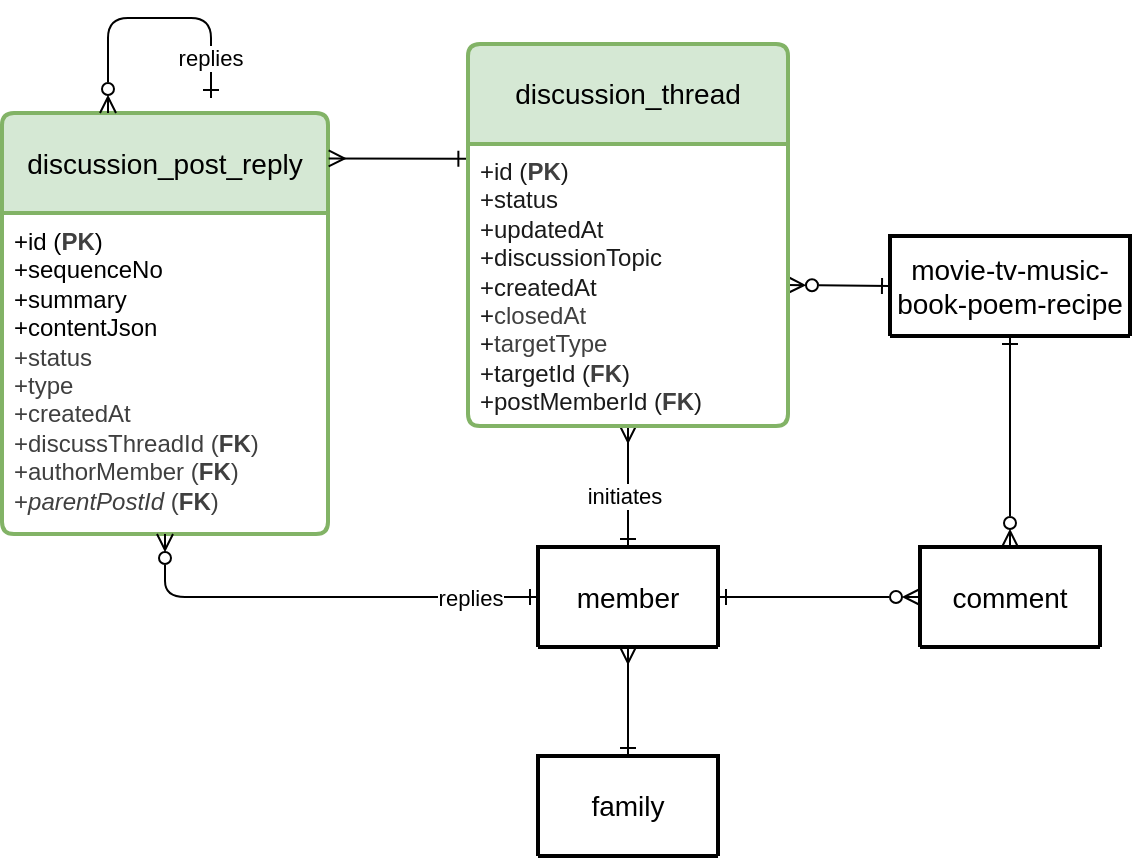
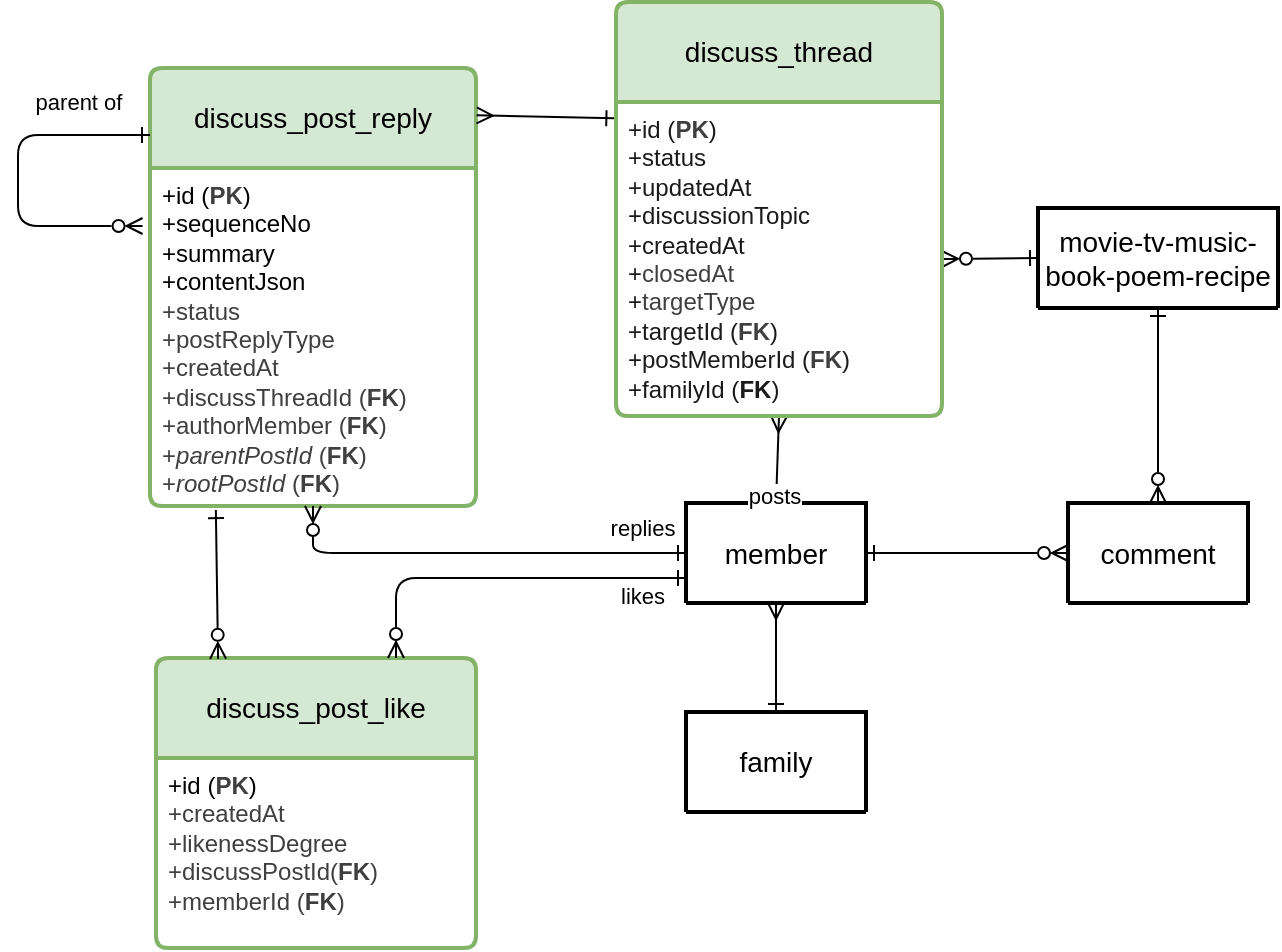
<mxfile host="65bd71144e">
    <diagram id="zlZx4MG1GNYZyxMVr3-A" name="Page-1">
-         <mxGraphModel dx="666" dy="1459" grid="1" gridSize="10" guides="1" tooltips="1" connect="1" arrows="1" fold="1" page="1" pageScale="1" pageWidth="1100" pageHeight="850" math="0" shadow="0">
+         <mxGraphModel dx="670" dy="1459" grid="1" gridSize="6" guides="1" tooltips="1" connect="1" arrows="1" fold="1" page="1" pageScale="1" pageWidth="1100" pageHeight="850" math="0" shadow="0">
            <root>
                <mxCell id="0"/>
                <mxCell id="1" parent="0"/>
                <mxCell id="2" value="member" style="swimlane;childLayout=stackLayout;horizontal=1;startSize=50;horizontalStack=0;rounded=1;fontSize=14;fontStyle=0;strokeWidth=2;resizeParent=0;resizeLast=1;shadow=0;dashed=0;align=center;arcSize=4;whiteSpace=wrap;html=1;" parent="1" vertex="1" collapsed="1">
-                     <mxGeometry x="315" y="234.5" width="90" height="50" as="geometry">
+                     <mxGeometry x="364" y="217.5" width="90" height="50" as="geometry">
                        <mxRectangle x="70" y="100" width="160" height="120" as="alternateBounds"/>
                    </mxGeometry>
                </mxCell>
                <mxCell id="3" value="+id&lt;br&gt;+name&lt;br&gt;+status" style="align=left;strokeColor=none;fillColor=none;spacingLeft=4;fontSize=12;verticalAlign=top;resizable=0;rotatable=0;part=1;html=1;" parent="2" vertex="1">
                    <mxGeometry y="50" width="160" height="70" as="geometry"/>
                </mxCell>
                <mxCell id="6" value="movie-tv-music-book-poem-recipe" style="swimlane;childLayout=stackLayout;horizontal=1;startSize=50;horizontalStack=0;rounded=1;fontSize=14;fontStyle=0;strokeWidth=2;resizeParent=0;resizeLast=1;shadow=0;dashed=0;align=center;arcSize=4;whiteSpace=wrap;html=1;" parent="1" vertex="1" collapsed="1">
-                     <mxGeometry x="491" y="79" width="120" height="50" as="geometry">
+                     <mxGeometry x="540" y="70" width="120" height="50" as="geometry">
                        <mxRectangle x="490" y="90" width="160" height="120" as="alternateBounds"/>
                    </mxGeometry>
                </mxCell>
                <mxCell id="7" value="+id&lt;br&gt;+name&lt;br&gt;+status" style="align=left;strokeColor=none;fillColor=none;spacingLeft=4;fontSize=12;verticalAlign=top;resizable=0;rotatable=0;part=1;html=1;" parent="6" vertex="1">
                    <mxGeometry y="50" width="160" height="70" as="geometry"/>
                </mxCell>
                <mxCell id="8" value="comment" style="swimlane;childLayout=stackLayout;horizontal=1;startSize=50;horizontalStack=0;rounded=1;fontSize=14;fontStyle=0;strokeWidth=2;resizeParent=0;resizeLast=1;shadow=0;dashed=0;align=center;arcSize=4;whiteSpace=wrap;html=1;" parent="1" vertex="1" collapsed="1">
-                     <mxGeometry x="506" y="234.5" width="90" height="50" as="geometry">
+                     <mxGeometry x="555" y="217.5" width="90" height="50" as="geometry">
                        <mxRectangle x="70" y="100" width="160" height="120" as="alternateBounds"/>
                    </mxGeometry>
                </mxCell>
                <mxCell id="9" value="+id&lt;br&gt;+name&lt;br&gt;+status" style="align=left;strokeColor=none;fillColor=none;spacingLeft=4;fontSize=12;verticalAlign=top;resizable=0;rotatable=0;part=1;html=1;" parent="8" vertex="1">
                    <mxGeometry y="50" width="160" height="70" as="geometry"/>
                </mxCell>
-                 <mxCell id="11" value="" style="fontSize=12;html=1;endArrow=ERzeroToMany;startArrow=ERone;startFill=0;endFill=0;entryX=0;entryY=0.5;entryDx=0;entryDy=0;exitX=1;exitY=0.5;exitDx=0;exitDy=0;" parent="1" target="8" edge="1" source="2">
+                 <mxCell id="11" value="" style="fontSize=12;html=1;endArrow=ERzeroToMany;startArrow=ERone;startFill=0;endFill=0;entryX=0;entryY=0.5;entryDx=0;entryDy=0;exitX=1;exitY=0.5;exitDx=0;exitDy=0;" parent="1" source="2" target="8" edge="1">
                    <mxGeometry width="100" height="100" relative="1" as="geometry">
-                         <mxPoint x="450" y="309" as="sourcePoint"/>
-                         <mxPoint x="510" y="309" as="targetPoint"/>
+                         <mxPoint x="499" y="292" as="sourcePoint"/>
+                         <mxPoint x="559" y="292" as="targetPoint"/>
                    </mxGeometry>
                </mxCell>
                <mxCell id="12" value="" style="fontSize=12;html=1;endArrow=ERzeroToMany;startArrow=ERone;startFill=0;endFill=0;exitX=0.5;exitY=1;exitDx=0;exitDy=0;entryX=0.5;entryY=0;entryDx=0;entryDy=0;" parent="1" source="6" target="8" edge="1">
                    <mxGeometry width="100" height="100" relative="1" as="geometry">
-                         <mxPoint x="543.5" y="105" as="sourcePoint"/>
-                         <mxPoint x="543.5" y="165" as="targetPoint"/>
+                         <mxPoint x="592.5" y="105" as="sourcePoint"/>
+                         <mxPoint x="592.5" y="165" as="targetPoint"/>
                    </mxGeometry>
                </mxCell>
                <mxCell id="13" value="" style="fontSize=12;html=1;endArrow=ERmany;startArrow=ERone;startFill=0;endFill=0;entryX=0.5;entryY=1;entryDx=0;entryDy=0;exitX=0.5;exitY=0;exitDx=0;exitDy=0;" parent="1" source="2" target="24" edge="1">
                    <mxGeometry width="100" height="100" relative="1" as="geometry">
-                         <mxPoint x="394.5" y="165" as="sourcePoint"/>
-                         <mxPoint x="360" y="125" as="targetPoint"/>
+                         <mxPoint x="443.5" y="165" as="sourcePoint"/>
+                         <mxPoint x="409" y="125" as="targetPoint"/>
                    </mxGeometry>
                </mxCell>
-                 <mxCell id="34" value="initiates" style="edgeLabel;html=1;align=center;verticalAlign=middle;resizable=0;points=[];" vertex="1" connectable="0" parent="13">
+                 <mxCell id="34" value="posts" style="edgeLabel;html=1;align=center;verticalAlign=middle;resizable=0;points=[];rotation=0;" parent="13" vertex="1" connectable="0">
                    <mxGeometry x="-0.1488" y="2" relative="1" as="geometry">
-                         <mxPoint as="offset"/>
+                         <mxPoint y="15" as="offset"/>
                    </mxGeometry>
                </mxCell>
                <mxCell id="14" value="" style="fontSize=12;html=1;endArrow=ERzeroToMany;startArrow=ERone;startFill=0;endFill=0;entryX=1;entryY=0.5;entryDx=0;entryDy=0;exitX=0;exitY=0.5;exitDx=0;exitDy=0;" parent="1" source="6" target="24" edge="1">
                    <mxGeometry width="100" height="100" relative="1" as="geometry">
-                         <mxPoint x="520" y="69.5" as="sourcePoint"/>
-                         <mxPoint x="442.72" y="61.04600000000005" as="targetPoint"/>
+                         <mxPoint x="569" y="69.5" as="sourcePoint"/>
+                         <mxPoint x="491.72" y="61.04600000000005" as="targetPoint"/>
                    </mxGeometry>
                </mxCell>
-                 <mxCell id="17" value="discussion_post_reply" style="swimlane;childLayout=stackLayout;horizontal=1;startSize=50;horizontalStack=0;rounded=1;fontSize=14;fontStyle=0;strokeWidth=2;resizeParent=0;resizeLast=1;shadow=0;dashed=0;align=center;arcSize=4;whiteSpace=wrap;html=1;fillColor=#d5e8d4;strokeColor=#82b366;" parent="1" vertex="1">
-                     <mxGeometry x="47" y="17.5" width="163" height="210.5" as="geometry">
+                 <mxCell id="17" value="discuss_post_reply" style="swimlane;childLayout=stackLayout;horizontal=1;startSize=50;horizontalStack=0;rounded=1;fontSize=14;fontStyle=0;strokeWidth=2;resizeParent=0;resizeLast=1;shadow=0;dashed=0;align=center;arcSize=4;whiteSpace=wrap;html=1;fillColor=#d5e8d4;strokeColor=#82b366;" parent="1" vertex="1">
+                     <mxGeometry x="96" width="163" height="219" as="geometry">
                        <mxRectangle x="41" y="100" width="90" height="50" as="alternateBounds"/>
                    </mxGeometry>
                </mxCell>
-                 <mxCell id="18" value="&lt;span style=&quot;color: rgb(0, 0, 0);&quot;&gt;+id (&lt;/span&gt;&lt;b style=&quot;color: rgb(63, 63, 63); scrollbar-color: rgb(226, 226, 226) rgb(251, 251, 251);&quot;&gt;PK&lt;/b&gt;&lt;span style=&quot;color: rgb(0, 0, 0);&quot;&gt;)&lt;/span&gt;&lt;br style=&quot;color: rgb(63, 63, 63); scrollbar-color: rgb(226, 226, 226) rgb(251, 251, 251);&quot;&gt;&lt;span style=&quot;color: rgb(0, 0, 0);&quot;&gt;+sequenceNo&lt;/span&gt;&lt;div&gt;&lt;font color=&quot;#000000&quot;&gt;+summary&lt;br style=&quot;scrollbar-color: rgb(226, 226, 226) rgb(251, 251, 251); color: rgb(63, 63, 63);&quot;&gt;&lt;/font&gt;&lt;span style=&quot;color: rgb(0, 0, 0);&quot;&gt;+contentJson&lt;/span&gt;&lt;div style=&quot;color: rgb(63, 63, 63); scrollbar-color: rgb(226, 226, 226) rgb(251, 251, 251);&quot;&gt;+status&lt;/div&gt;&lt;div style=&quot;color: rgb(63, 63, 63); scrollbar-color: rgb(226, 226, 226) rgb(251, 251, 251);&quot;&gt;+type&lt;/div&gt;&lt;div style=&quot;color: rgb(63, 63, 63); scrollbar-color: rgb(226, 226, 226) rgb(251, 251, 251);&quot;&gt;+createdAt&lt;/div&gt;&lt;div style=&quot;color: rgb(63, 63, 63); scrollbar-color: rgb(226, 226, 226) rgb(251, 251, 251);&quot;&gt;+discussThreadId (&lt;b style=&quot;color: rgb(63, 63, 63); scrollbar-color: rgb(226, 226, 226) rgb(251, 251, 251);&quot;&gt;FK&lt;/b&gt;)&lt;/div&gt;&lt;div style=&quot;color: rgb(63, 63, 63); scrollbar-color: rgb(226, 226, 226) rgb(251, 251, 251);&quot;&gt;+authorMember (&lt;b style=&quot;color: rgb(63, 63, 63); scrollbar-color: rgb(226, 226, 226) rgb(251, 251, 251);&quot;&gt;FK&lt;/b&gt;)&lt;/div&gt;&lt;div style=&quot;color: rgb(63, 63, 63); scrollbar-color: rgb(226, 226, 226) rgb(251, 251, 251);&quot;&gt;+&lt;i style=&quot;color: rgb(63, 63, 63); scrollbar-color: rgb(226, 226, 226) rgb(251, 251, 251);&quot;&gt;parentPostId&amp;nbsp;&lt;/i&gt;(&lt;b style=&quot;color: rgb(63, 63, 63); scrollbar-color: rgb(226, 226, 226) rgb(251, 251, 251);&quot;&gt;FK&lt;/b&gt;)&lt;/div&gt;&lt;/div&gt;" style="align=left;strokeColor=none;fillColor=none;spacingLeft=4;fontSize=12;verticalAlign=top;resizable=0;rotatable=0;part=1;html=1;" parent="17" vertex="1">
-                     <mxGeometry y="50" width="163" height="160.5" as="geometry"/>
+                 <mxCell id="18" value="&lt;span style=&quot;color: rgb(0, 0, 0);&quot;&gt;+id (&lt;/span&gt;&lt;b style=&quot;color: rgb(63, 63, 63); scrollbar-color: rgb(226, 226, 226) rgb(251, 251, 251);&quot;&gt;PK&lt;/b&gt;&lt;span style=&quot;color: rgb(0, 0, 0);&quot;&gt;)&lt;/span&gt;&lt;br style=&quot;color: rgb(63, 63, 63); scrollbar-color: rgb(226, 226, 226) rgb(251, 251, 251);&quot;&gt;&lt;span style=&quot;color: rgb(0, 0, 0);&quot;&gt;+sequenceNo&lt;/span&gt;&lt;div&gt;&lt;font color=&quot;#000000&quot;&gt;+summary&lt;br style=&quot;scrollbar-color: rgb(226, 226, 226) rgb(251, 251, 251); color: rgb(63, 63, 63);&quot;&gt;&lt;/font&gt;&lt;span style=&quot;color: rgb(0, 0, 0);&quot;&gt;+contentJson&lt;/span&gt;&lt;div style=&quot;color: rgb(63, 63, 63); scrollbar-color: rgb(226, 226, 226) rgb(251, 251, 251);&quot;&gt;+status&lt;/div&gt;&lt;div style=&quot;color: rgb(63, 63, 63); scrollbar-color: rgb(226, 226, 226) rgb(251, 251, 251);&quot;&gt;+postReplyType&lt;/div&gt;&lt;div style=&quot;color: rgb(63, 63, 63); scrollbar-color: rgb(226, 226, 226) rgb(251, 251, 251);&quot;&gt;+createdAt&lt;/div&gt;&lt;div style=&quot;color: rgb(63, 63, 63); scrollbar-color: rgb(226, 226, 226) rgb(251, 251, 251);&quot;&gt;+discussThreadId (&lt;b style=&quot;color: rgb(63, 63, 63); scrollbar-color: rgb(226, 226, 226) rgb(251, 251, 251);&quot;&gt;FK&lt;/b&gt;)&lt;/div&gt;&lt;div style=&quot;color: rgb(63, 63, 63); scrollbar-color: rgb(226, 226, 226) rgb(251, 251, 251);&quot;&gt;+authorMember (&lt;b style=&quot;color: rgb(63, 63, 63); scrollbar-color: rgb(226, 226, 226) rgb(251, 251, 251);&quot;&gt;FK&lt;/b&gt;)&lt;/div&gt;&lt;div style=&quot;color: rgb(63, 63, 63); scrollbar-color: rgb(226, 226, 226) rgb(251, 251, 251);&quot;&gt;+&lt;i style=&quot;color: rgb(63, 63, 63); scrollbar-color: rgb(226, 226, 226) rgb(251, 251, 251);&quot;&gt;parentPostId&amp;nbsp;&lt;/i&gt;(&lt;b style=&quot;color: rgb(63, 63, 63); scrollbar-color: rgb(226, 226, 226) rgb(251, 251, 251);&quot;&gt;FK&lt;/b&gt;)&lt;/div&gt;&lt;/div&gt;&lt;div style=&quot;color: rgb(63, 63, 63); scrollbar-color: rgb(226, 226, 226) rgb(251, 251, 251);&quot;&gt;+&lt;i&gt;rootPostId &lt;/i&gt;(&lt;b&gt;FK&lt;/b&gt;)&lt;/div&gt;" style="align=left;strokeColor=none;fillColor=none;spacingLeft=4;fontSize=12;verticalAlign=top;resizable=0;rotatable=0;part=1;html=1;" parent="17" vertex="1">
+                     <mxGeometry y="50" width="163" height="169" as="geometry"/>
                </mxCell>
                <mxCell id="19" value="" style="fontSize=12;html=1;endArrow=ERmany;startArrow=ERone;startFill=0;endFill=0;entryX=1.002;entryY=0.108;entryDx=0;entryDy=0;entryPerimeter=0;exitX=-0.005;exitY=0.052;exitDx=0;exitDy=0;exitPerimeter=0;" parent="1" source="24" target="17" edge="1">
                    <mxGeometry width="100" height="100" relative="1" as="geometry">
-                         <mxPoint x="300" y="20" as="sourcePoint"/>
-                         <mxPoint x="230" y="160" as="targetPoint"/>
+                         <mxPoint x="349" y="20" as="sourcePoint"/>
+                         <mxPoint x="279" y="160" as="targetPoint"/>
                    </mxGeometry>
                </mxCell>
                <mxCell id="20" value="" style="fontSize=12;html=1;endArrow=ERzeroToMany;startArrow=ERone;startFill=0;endFill=0;entryX=0.431;entryY=1.015;entryDx=0;entryDy=0;exitX=0;exitY=0.5;exitDx=0;exitDy=0;entryPerimeter=0;edgeStyle=orthogonalEdgeStyle;strokeColor=none;" parent="1" source="2" target="17" edge="1">
                    <mxGeometry width="100" height="100" relative="1" as="geometry">
-                         <mxPoint x="122" y="250" as="sourcePoint"/>
-                         <mxPoint x="122" y="180" as="targetPoint"/>
+                         <mxPoint x="171" y="250" as="sourcePoint"/>
+                         <mxPoint x="171" y="180" as="targetPoint"/>
                    </mxGeometry>
                </mxCell>
                <mxCell id="21" value="" style="fontSize=12;html=1;endArrow=ERzeroToMany;startArrow=ERone;startFill=0;endFill=0;entryX=0.5;entryY=1;entryDx=0;entryDy=0;exitX=0;exitY=0.5;exitDx=0;exitDy=0;edgeStyle=orthogonalEdgeStyle;" parent="1" source="2" target="18" edge="1">
                    <mxGeometry width="100" height="100" relative="1" as="geometry">
-                         <mxPoint x="121" y="260" as="sourcePoint"/>
-                         <mxPoint x="121" y="190" as="targetPoint"/>
+                         <mxPoint x="170" y="260" as="sourcePoint"/>
+                         <mxPoint x="170" y="190" as="targetPoint"/>
                    </mxGeometry>
                </mxCell>
-                 <mxCell id="31" value="replies" style="edgeLabel;html=1;align=center;verticalAlign=middle;resizable=0;points=[];" vertex="1" connectable="0" parent="21">
+                 <mxCell id="31" value="replies" style="edgeLabel;html=1;align=center;verticalAlign=middle;resizable=0;points=[];" parent="21" vertex="1" connectable="0">
                    <mxGeometry x="0.1249" y="-1" relative="1" as="geometry">
-                         <mxPoint x="88" y="1" as="offset"/>
+                         <mxPoint x="96" y="-12" as="offset"/>
                    </mxGeometry>
                </mxCell>
-                 <mxCell id="23" value="discussion_thread" style="swimlane;childLayout=stackLayout;horizontal=1;startSize=50;horizontalStack=0;rounded=1;fontSize=14;fontStyle=0;strokeWidth=2;resizeParent=0;resizeLast=1;shadow=0;dashed=0;align=center;arcSize=4;whiteSpace=wrap;html=1;fillColor=#d5e8d4;strokeColor=#82b366;" vertex="1" parent="1">
-                     <mxGeometry x="280" y="-17" width="160" height="191" as="geometry"/>
+                 <mxCell id="23" value="discuss_thread" style="swimlane;childLayout=stackLayout;horizontal=1;startSize=50;horizontalStack=0;rounded=1;fontSize=14;fontStyle=0;strokeWidth=2;resizeParent=0;resizeLast=1;shadow=0;dashed=0;align=center;arcSize=4;whiteSpace=wrap;html=1;fillColor=#d5e8d4;strokeColor=#82b366;" parent="1" vertex="1">
+                     <mxGeometry x="329" y="-33" width="163" height="207" as="geometry"/>
                </mxCell>
-                 <mxCell id="24" value="&lt;font style=&quot;scrollbar-color: rgb(226, 226, 226) rgb(251, 251, 251); color: rgb(26, 26, 26);&quot;&gt;+id (&lt;b style=&quot;color: rgb(63, 63, 63); scrollbar-color: rgb(226, 226, 226) rgb(251, 251, 251);&quot;&gt;PK&lt;/b&gt;)&lt;br style=&quot;color: rgb(63, 63, 63); scrollbar-color: rgb(226, 226, 226) rgb(251, 251, 251);&quot;&gt;&lt;/font&gt;&lt;div&gt;&lt;font style=&quot;scrollbar-color: rgb(226, 226, 226) rgb(251, 251, 251); color: rgb(26, 26, 26);&quot;&gt;+status&lt;/font&gt;&lt;div style=&quot;color: rgb(63, 63, 63); scrollbar-color: rgb(226, 226, 226) rgb(251, 251, 251);&quot;&gt;&lt;font style=&quot;scrollbar-color: rgb(226, 226, 226) rgb(251, 251, 251); color: rgb(26, 26, 26);&quot;&gt;+updatedAt&lt;/font&gt;&lt;/div&gt;&lt;div style=&quot;color: rgb(63, 63, 63); scrollbar-color: rgb(226, 226, 226) rgb(251, 251, 251);&quot;&gt;&lt;font style=&quot;background-color: transparent; scrollbar-color: rgb(226, 226, 226) rgb(251, 251, 251); color: rgb(26, 26, 26);&quot;&gt;+&lt;/font&gt;&lt;font style=&quot;background-color: transparent; scrollbar-color: rgb(226, 226, 226) rgb(251, 251, 251); color: rgb(26, 26, 26);&quot;&gt;discussionTopic&lt;/font&gt;&lt;/div&gt;&lt;div style=&quot;color: rgb(63, 63, 63); scrollbar-color: rgb(226, 226, 226) rgb(251, 251, 251);&quot;&gt;&lt;font style=&quot;scrollbar-color: rgb(226, 226, 226) rgb(251, 251, 251); color: rgb(26, 26, 26);&quot;&gt;+createdAt&lt;/font&gt;&lt;/div&gt;&lt;div style=&quot;color: rgb(63, 63, 63); scrollbar-color: rgb(226, 226, 226) rgb(251, 251, 251);&quot;&gt;&lt;font style=&quot;scrollbar-color: rgb(226, 226, 226) rgb(251, 251, 251); color: rgb(26, 26, 26);&quot;&gt;+&lt;span style=&quot;color: rgb(63, 63, 63); scrollbar-color: rgb(226, 226, 226) rgb(251, 251, 251);&quot;&gt;closedAt&lt;/span&gt;&lt;/font&gt;&lt;/div&gt;&lt;div style=&quot;scrollbar-color: rgb(226, 226, 226) rgb(251, 251, 251); color: rgb(63, 63, 63);&quot;&gt;&lt;font style=&quot;scrollbar-color: rgb(226, 226, 226) rgb(251, 251, 251); color: rgb(26, 26, 26);&quot;&gt;+&lt;span style=&quot;scrollbar-color: rgb(226, 226, 226) rgb(251, 251, 251); color: rgb(63, 63, 63);&quot;&gt;targetType&lt;/span&gt;&lt;/font&gt;&lt;/div&gt;&lt;div style=&quot;color: rgb(63, 63, 63); scrollbar-color: rgb(226, 226, 226) rgb(251, 251, 251);&quot;&gt;&lt;font style=&quot;scrollbar-color: rgb(226, 226, 226) rgb(251, 251, 251); color: rgb(26, 26, 26);&quot;&gt;+targetId (&lt;b style=&quot;color: rgb(63, 63, 63); scrollbar-color: rgb(226, 226, 226) rgb(251, 251, 251);&quot;&gt;FK&lt;/b&gt;)&lt;/font&gt;&lt;/div&gt;&lt;div style=&quot;color: rgb(63, 63, 63); scrollbar-color: rgb(226, 226, 226) rgb(251, 251, 251);&quot;&gt;&lt;font style=&quot;scrollbar-color: rgb(226, 226, 226) rgb(251, 251, 251); color: rgb(26, 26, 26);&quot;&gt;+postMemberId (&lt;b style=&quot;color: rgb(63, 63, 63); scrollbar-color: rgb(226, 226, 226) rgb(251, 251, 251);&quot;&gt;FK&lt;/b&gt;)&lt;/font&gt;&lt;/div&gt;&lt;/div&gt;" style="align=left;strokeColor=none;fillColor=none;spacingLeft=4;fontSize=12;verticalAlign=top;resizable=0;rotatable=0;part=1;html=1;" vertex="1" parent="23">
-                     <mxGeometry y="50" width="160" height="141" as="geometry"/>
+                 <mxCell id="24" value="&lt;font style=&quot;scrollbar-color: rgb(226, 226, 226) rgb(251, 251, 251); color: rgb(26, 26, 26);&quot;&gt;+id (&lt;b style=&quot;color: rgb(63, 63, 63); scrollbar-color: rgb(226, 226, 226) rgb(251, 251, 251);&quot;&gt;PK&lt;/b&gt;)&lt;br style=&quot;color: rgb(63, 63, 63); scrollbar-color: rgb(226, 226, 226) rgb(251, 251, 251);&quot;&gt;&lt;/font&gt;&lt;div&gt;&lt;font style=&quot;scrollbar-color: rgb(226, 226, 226) rgb(251, 251, 251); color: rgb(26, 26, 26);&quot;&gt;+status&lt;/font&gt;&lt;div style=&quot;color: rgb(63, 63, 63); scrollbar-color: rgb(226, 226, 226) rgb(251, 251, 251);&quot;&gt;&lt;font style=&quot;scrollbar-color: rgb(226, 226, 226) rgb(251, 251, 251); color: rgb(26, 26, 26);&quot;&gt;+updatedAt&lt;/font&gt;&lt;/div&gt;&lt;div style=&quot;color: rgb(63, 63, 63); scrollbar-color: rgb(226, 226, 226) rgb(251, 251, 251);&quot;&gt;&lt;font style=&quot;background-color: transparent; scrollbar-color: rgb(226, 226, 226) rgb(251, 251, 251); color: rgb(26, 26, 26);&quot;&gt;+&lt;/font&gt;&lt;font style=&quot;background-color: transparent; scrollbar-color: rgb(226, 226, 226) rgb(251, 251, 251); color: rgb(26, 26, 26);&quot;&gt;discussionTopic&lt;/font&gt;&lt;/div&gt;&lt;div style=&quot;color: rgb(63, 63, 63); scrollbar-color: rgb(226, 226, 226) rgb(251, 251, 251);&quot;&gt;&lt;font style=&quot;scrollbar-color: rgb(226, 226, 226) rgb(251, 251, 251); color: rgb(26, 26, 26);&quot;&gt;+createdAt&lt;/font&gt;&lt;/div&gt;&lt;div style=&quot;color: rgb(63, 63, 63); scrollbar-color: rgb(226, 226, 226) rgb(251, 251, 251);&quot;&gt;&lt;font style=&quot;scrollbar-color: rgb(226, 226, 226) rgb(251, 251, 251); color: rgb(26, 26, 26);&quot;&gt;+&lt;span style=&quot;color: rgb(63, 63, 63); scrollbar-color: rgb(226, 226, 226) rgb(251, 251, 251);&quot;&gt;closedAt&lt;/span&gt;&lt;/font&gt;&lt;/div&gt;&lt;div style=&quot;scrollbar-color: rgb(226, 226, 226) rgb(251, 251, 251); color: rgb(63, 63, 63);&quot;&gt;&lt;font style=&quot;scrollbar-color: rgb(226, 226, 226) rgb(251, 251, 251); color: rgb(26, 26, 26);&quot;&gt;+&lt;span style=&quot;scrollbar-color: rgb(226, 226, 226) rgb(251, 251, 251); color: rgb(63, 63, 63);&quot;&gt;targetType&lt;/span&gt;&lt;/font&gt;&lt;/div&gt;&lt;div style=&quot;color: rgb(63, 63, 63); scrollbar-color: rgb(226, 226, 226) rgb(251, 251, 251);&quot;&gt;&lt;font style=&quot;scrollbar-color: rgb(226, 226, 226) rgb(251, 251, 251); color: rgb(26, 26, 26);&quot;&gt;+targetId (&lt;b style=&quot;color: rgb(63, 63, 63); scrollbar-color: rgb(226, 226, 226) rgb(251, 251, 251);&quot;&gt;FK&lt;/b&gt;)&lt;/font&gt;&lt;/div&gt;&lt;div style=&quot;color: rgb(63, 63, 63); scrollbar-color: rgb(226, 226, 226) rgb(251, 251, 251);&quot;&gt;&lt;font style=&quot;scrollbar-color: rgb(226, 226, 226) rgb(251, 251, 251); color: rgb(26, 26, 26);&quot;&gt;+postMemberId (&lt;b style=&quot;color: rgb(63, 63, 63); scrollbar-color: rgb(226, 226, 226) rgb(251, 251, 251);&quot;&gt;FK&lt;/b&gt;)&lt;/font&gt;&lt;/div&gt;&lt;/div&gt;&lt;div style=&quot;color: rgb(63, 63, 63); scrollbar-color: rgb(226, 226, 226) rgb(251, 251, 251);&quot;&gt;&lt;font style=&quot;scrollbar-color: rgb(226, 226, 226) rgb(251, 251, 251); color: rgb(26, 26, 26);&quot;&gt;+familyId (&lt;b&gt;FK&lt;/b&gt;)&lt;/font&gt;&lt;/div&gt;" style="align=left;strokeColor=none;fillColor=none;spacingLeft=4;fontSize=12;verticalAlign=top;resizable=0;rotatable=0;part=1;html=1;" parent="23" vertex="1">
+                     <mxGeometry y="50" width="163" height="157" as="geometry"/>
                </mxCell>
-                 <mxCell id="27" value="family" style="swimlane;childLayout=stackLayout;horizontal=1;startSize=50;horizontalStack=0;rounded=1;fontSize=14;fontStyle=0;strokeWidth=2;resizeParent=0;resizeLast=1;shadow=0;dashed=0;align=center;arcSize=4;whiteSpace=wrap;html=1;" vertex="1" collapsed="1" parent="1">
-                     <mxGeometry x="315" y="339" width="90" height="50" as="geometry">
+                 <mxCell id="27" value="family" style="swimlane;childLayout=stackLayout;horizontal=1;startSize=50;horizontalStack=0;rounded=1;fontSize=14;fontStyle=0;strokeWidth=2;resizeParent=0;resizeLast=1;shadow=0;dashed=0;align=center;arcSize=4;whiteSpace=wrap;html=1;" parent="1" vertex="1" collapsed="1">
+                     <mxGeometry x="364" y="322" width="90" height="50" as="geometry">
                        <mxRectangle x="70" y="100" width="160" height="120" as="alternateBounds"/>
                    </mxGeometry>
                </mxCell>
-                 <mxCell id="28" value="+id&lt;br&gt;+name&lt;br&gt;+status" style="align=left;strokeColor=none;fillColor=none;spacingLeft=4;fontSize=12;verticalAlign=top;resizable=0;rotatable=0;part=1;html=1;" vertex="1" parent="27">
+                 <mxCell id="28" value="+id&lt;br&gt;+name&lt;br&gt;+status" style="align=left;strokeColor=none;fillColor=none;spacingLeft=4;fontSize=12;verticalAlign=top;resizable=0;rotatable=0;part=1;html=1;" parent="27" vertex="1">
                    <mxGeometry y="50" width="160" height="70" as="geometry"/>
                </mxCell>
-                 <mxCell id="29" value="" style="fontSize=12;html=1;endArrow=ERmany;startArrow=ERone;startFill=0;endFill=0;entryX=0.5;entryY=1;entryDx=0;entryDy=0;exitX=0.5;exitY=0;exitDx=0;exitDy=0;" edge="1" parent="1" source="27" target="2">
+                 <mxCell id="29" value="" style="fontSize=12;html=1;endArrow=ERmany;startArrow=ERone;startFill=0;endFill=0;entryX=0.5;entryY=1;entryDx=0;entryDy=0;exitX=0.5;exitY=0;exitDx=0;exitDy=0;" parent="1" source="27" target="2" edge="1">
                    <mxGeometry width="100" height="100" relative="1" as="geometry">
-                         <mxPoint x="359.5" y="339.5" as="sourcePoint"/>
-                         <mxPoint x="359.5" y="284.5" as="targetPoint"/>
+                         <mxPoint x="408.5" y="322.5" as="sourcePoint"/>
+                         <mxPoint x="408.5" y="267.5" as="targetPoint"/>
                    </mxGeometry>
                </mxCell>
-                 <mxCell id="35" value="" style="fontSize=12;html=1;endArrow=ERzeroToMany;startArrow=ERone;startFill=0;endFill=0;entryX=0.5;entryY=0;entryDx=0;entryDy=0;edgeStyle=elbowEdgeStyle;elbow=vertical;" edge="1" parent="1">
+                 <mxCell id="37" value="discuss_post_like" style="swimlane;childLayout=stackLayout;horizontal=1;startSize=50;horizontalStack=0;rounded=1;fontSize=14;fontStyle=0;strokeWidth=2;resizeParent=0;resizeLast=1;shadow=0;dashed=0;align=center;arcSize=4;whiteSpace=wrap;html=1;fillColor=#d5e8d4;strokeColor=#82b366;swimlaneFillColor=default;" vertex="1" parent="1">
+                     <mxGeometry x="99" y="295" width="160" height="145" as="geometry"/>
+                 </mxCell>
+                 <mxCell id="38" value="+id&amp;nbsp;&lt;span style=&quot;scrollbar-color: rgb(226, 226, 226) rgb(251, 251, 251); color: rgb(0, 0, 0);&quot;&gt;(&lt;/span&gt;&lt;b style=&quot;scrollbar-color: rgb(226, 226, 226) rgb(251, 251, 251); color: rgb(63, 63, 63);&quot;&gt;PK&lt;/b&gt;&lt;span style=&quot;scrollbar-color: rgb(226, 226, 226) rgb(251, 251, 251); color: rgb(0, 0, 0);&quot;&gt;)&lt;/span&gt;&lt;div style=&quot;scrollbar-color: rgb(226, 226, 226) rgb(251, 251, 251); color: rgb(63, 63, 63);&quot;&gt;&lt;font style=&quot;scrollbar-color: rgb(226, 226, 226) rgb(251, 251, 251); color: rgb(63, 63, 63);&quot;&gt;+createdAt&lt;/font&gt;&lt;/div&gt;&lt;div style=&quot;scrollbar-color: rgb(226, 226, 226) rgb(251, 251, 251); color: rgb(63, 63, 63);&quot;&gt;&lt;font style=&quot;scrollbar-color: rgb(226, 226, 226) rgb(251, 251, 251); color: rgb(63, 63, 63);&quot;&gt;+likenessDegree&lt;br style=&quot;scrollbar-color: rgb(226, 226, 226) rgb(251, 251, 251); color: rgb(63, 63, 63);&quot;&gt;&lt;/font&gt;+discussPostId(&lt;b style=&quot;scrollbar-color: rgb(226, 226, 226) rgb(251, 251, 251); color: rgb(63, 63, 63);&quot;&gt;FK&lt;/b&gt;)&lt;br style=&quot;scrollbar-color: rgb(226, 226, 226) rgb(251, 251, 251); color: rgb(63, 63, 63);&quot;&gt;+memberId (&lt;b style=&quot;scrollbar-color: rgb(226, 226, 226) rgb(251, 251, 251); color: rgb(63, 63, 63);&quot;&gt;FK&lt;/b&gt;)&lt;div style=&quot;scrollbar-color: rgb(226, 226, 226) rgb(251, 251, 251); color: rgb(63, 63, 63);&quot;&gt;&lt;br style=&quot;scrollbar-color: rgb(226, 226, 226) rgb(251, 251, 251); color: rgb(63, 63, 63);&quot;&gt;&lt;/div&gt;&lt;/div&gt;" style="align=left;strokeColor=none;fillColor=none;spacingLeft=4;fontSize=12;verticalAlign=top;resizable=0;rotatable=0;part=1;html=1;" vertex="1" parent="37">
+                     <mxGeometry y="50" width="160" height="95" as="geometry"/>
+                 </mxCell>
+                 <mxCell id="39" value="" style="fontSize=12;html=1;endArrow=ERzeroToMany;startArrow=ERone;startFill=0;endFill=0;exitX=0.202;exitY=1.012;exitDx=0;exitDy=0;exitPerimeter=0;entryX=0.194;entryY=0.003;entryDx=0;entryDy=0;entryPerimeter=0;" edge="1" parent="1" source="18" target="37">
                    <mxGeometry width="100" height="100" relative="1" as="geometry">
-                         <mxPoint x="151.5" y="10" as="sourcePoint"/>
-                         <mxPoint x="100" y="17.5" as="targetPoint"/>
+                         <mxPoint x="129" y="240" as="sourcePoint"/>
+                         <mxPoint x="151" y="306" as="targetPoint"/>
+                     </mxGeometry>
+                 </mxCell>
+                 <mxCell id="40" value="likes" style="edgeLabel;html=1;align=center;verticalAlign=middle;resizable=0;points=[];" vertex="1" connectable="0" parent="39">
+                     <mxGeometry x="0.1249" y="-1" relative="1" as="geometry">
+                         <mxPoint x="213" y="1" as="offset"/>
+                     </mxGeometry>
+                 </mxCell>
+                 <mxCell id="41" value="" style="fontSize=12;html=1;endArrow=ERzeroToMany;startArrow=ERone;startFill=0;endFill=0;entryX=0.75;entryY=0;entryDx=0;entryDy=0;exitX=0;exitY=0.75;exitDx=0;exitDy=0;elbow=vertical;edgeStyle=orthogonalEdgeStyle;" edge="1" parent="1" source="2" target="37">
+                     <mxGeometry width="100" height="100" relative="1" as="geometry">
+                         <mxPoint x="373" y="312" as="sourcePoint"/>
+                         <mxPoint x="271" y="363.5" as="targetPoint"/>
+                     </mxGeometry>
+                 </mxCell>
+                 <mxCell id="35" value="" style="fontSize=12;html=1;endArrow=ERzeroToMany;startArrow=ERone;startFill=0;endFill=0;edgeStyle=elbowEdgeStyle;exitX=0;exitY=0.153;exitDx=0;exitDy=0;exitPerimeter=0;entryX=0.014;entryY=0.124;entryDx=0;entryDy=0;entryPerimeter=0;" parent="1" edge="1" source="17">
+                     <mxGeometry width="100" height="100" relative="1" as="geometry">
+                         <mxPoint x="89.18499999999995" y="34.758000000000074" as="sourcePoint"/>
+                         <mxPoint x="92.28200000000004" y="78.9959999999999" as="targetPoint"/>
                        <Array as="points">
-                             <mxPoint x="121.5" y="-30"/>
+                             <mxPoint x="30" y="62.04"/>
                        </Array>
                    </mxGeometry>
                </mxCell>
-                 <mxCell id="36" value="replies" style="edgeLabel;html=1;align=center;verticalAlign=middle;resizable=0;points=[];rotation=0;" vertex="1" connectable="0" parent="35">
+                 <mxCell id="36" value="parent of" style="edgeLabel;html=1;align=center;verticalAlign=middle;resizable=0;points=[];rotation=0;" parent="35" vertex="1" connectable="0">
                    <mxGeometry x="0.1249" y="-1" relative="1" as="geometry">
-                         <mxPoint x="37" y="21" as="offset"/>
+                         <mxPoint x="31" y="-48" as="offset"/>
                    </mxGeometry>
                </mxCell>
            </root>
        </mxGraphModel>
    </diagram>
</mxfile>